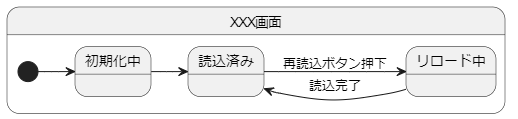
Before: documents/images/state_machine.png, a diagram exported from PlantUML (njm-khaki/Simple-Pokedex). Its source is kept beside it as documents/uml/state_machine.pu.
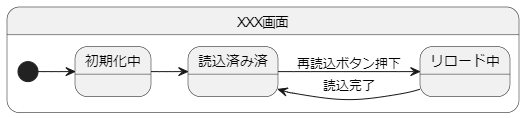
Above is the later version.

The edit, as a diff of the source:
```diff
@@ -3,9 +3,9 @@
 
 state XXX画面 {
     [*] -down-> 初期化中
-    初期化中 -down-> 読込済み
-    読込済み -down-> リロード中 : 再読込ボタン押下
-    リロード中 -down-> 読込済み : 読込完了
+    初期化中 -down-> 読込済み済
+    読込済み済 -down-> リロード中 : 再読込ボタン押下
+    リロード中 -down-> 読込済み済 : 読込完了
 }
 
 @enduml
```
